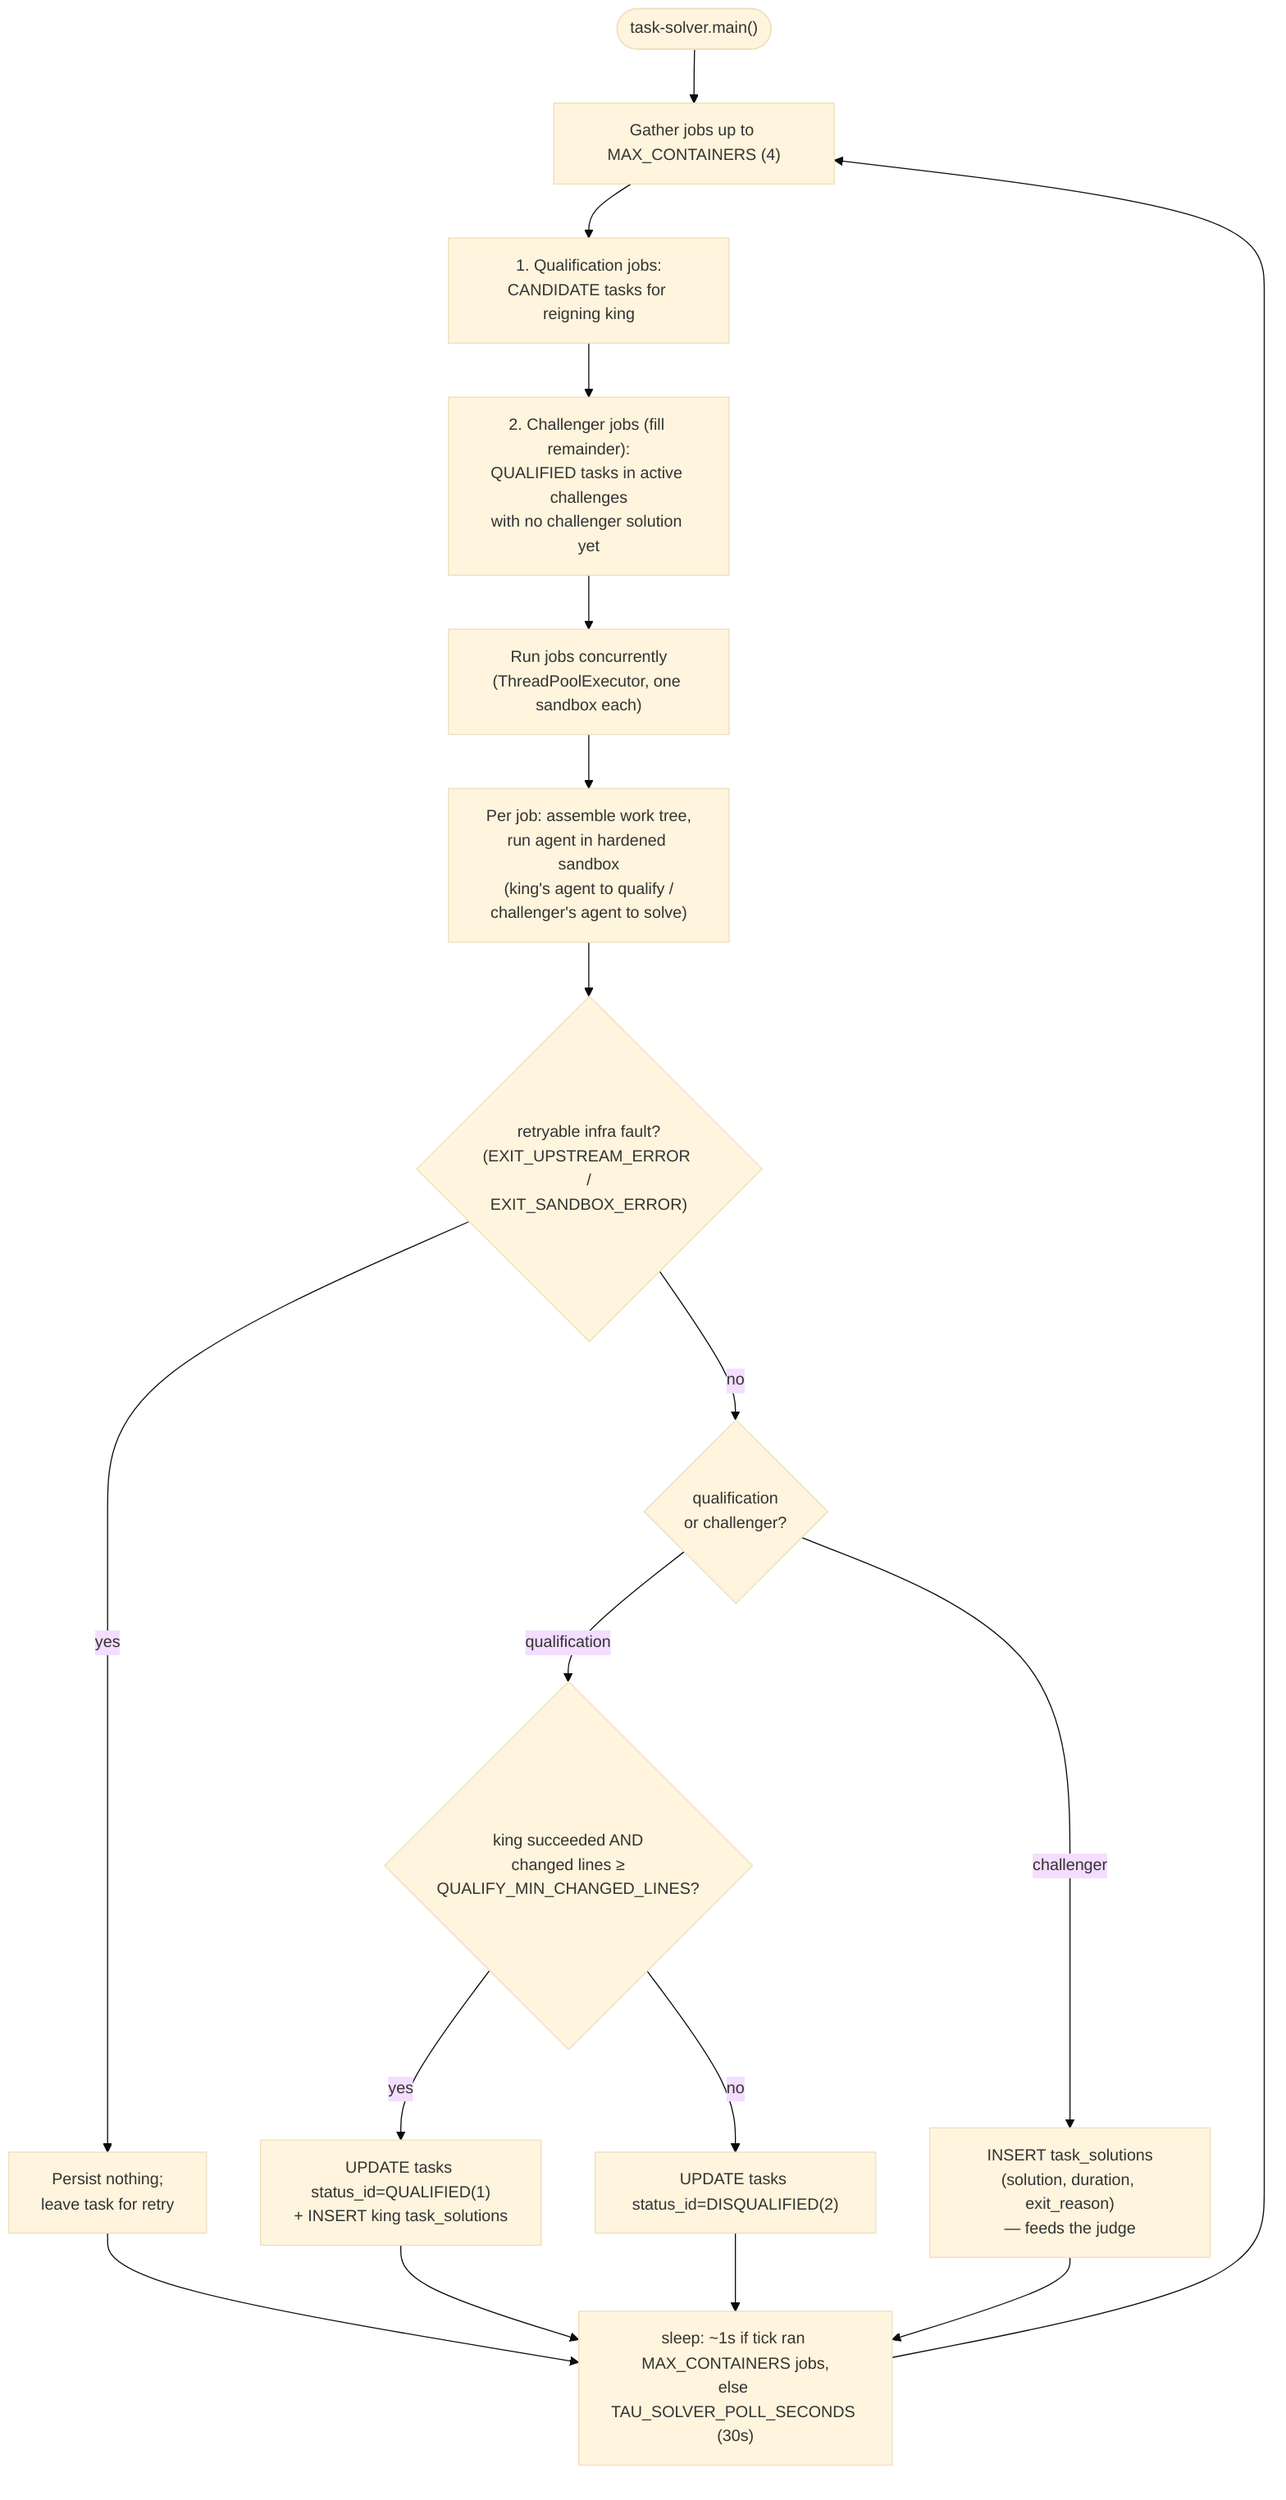
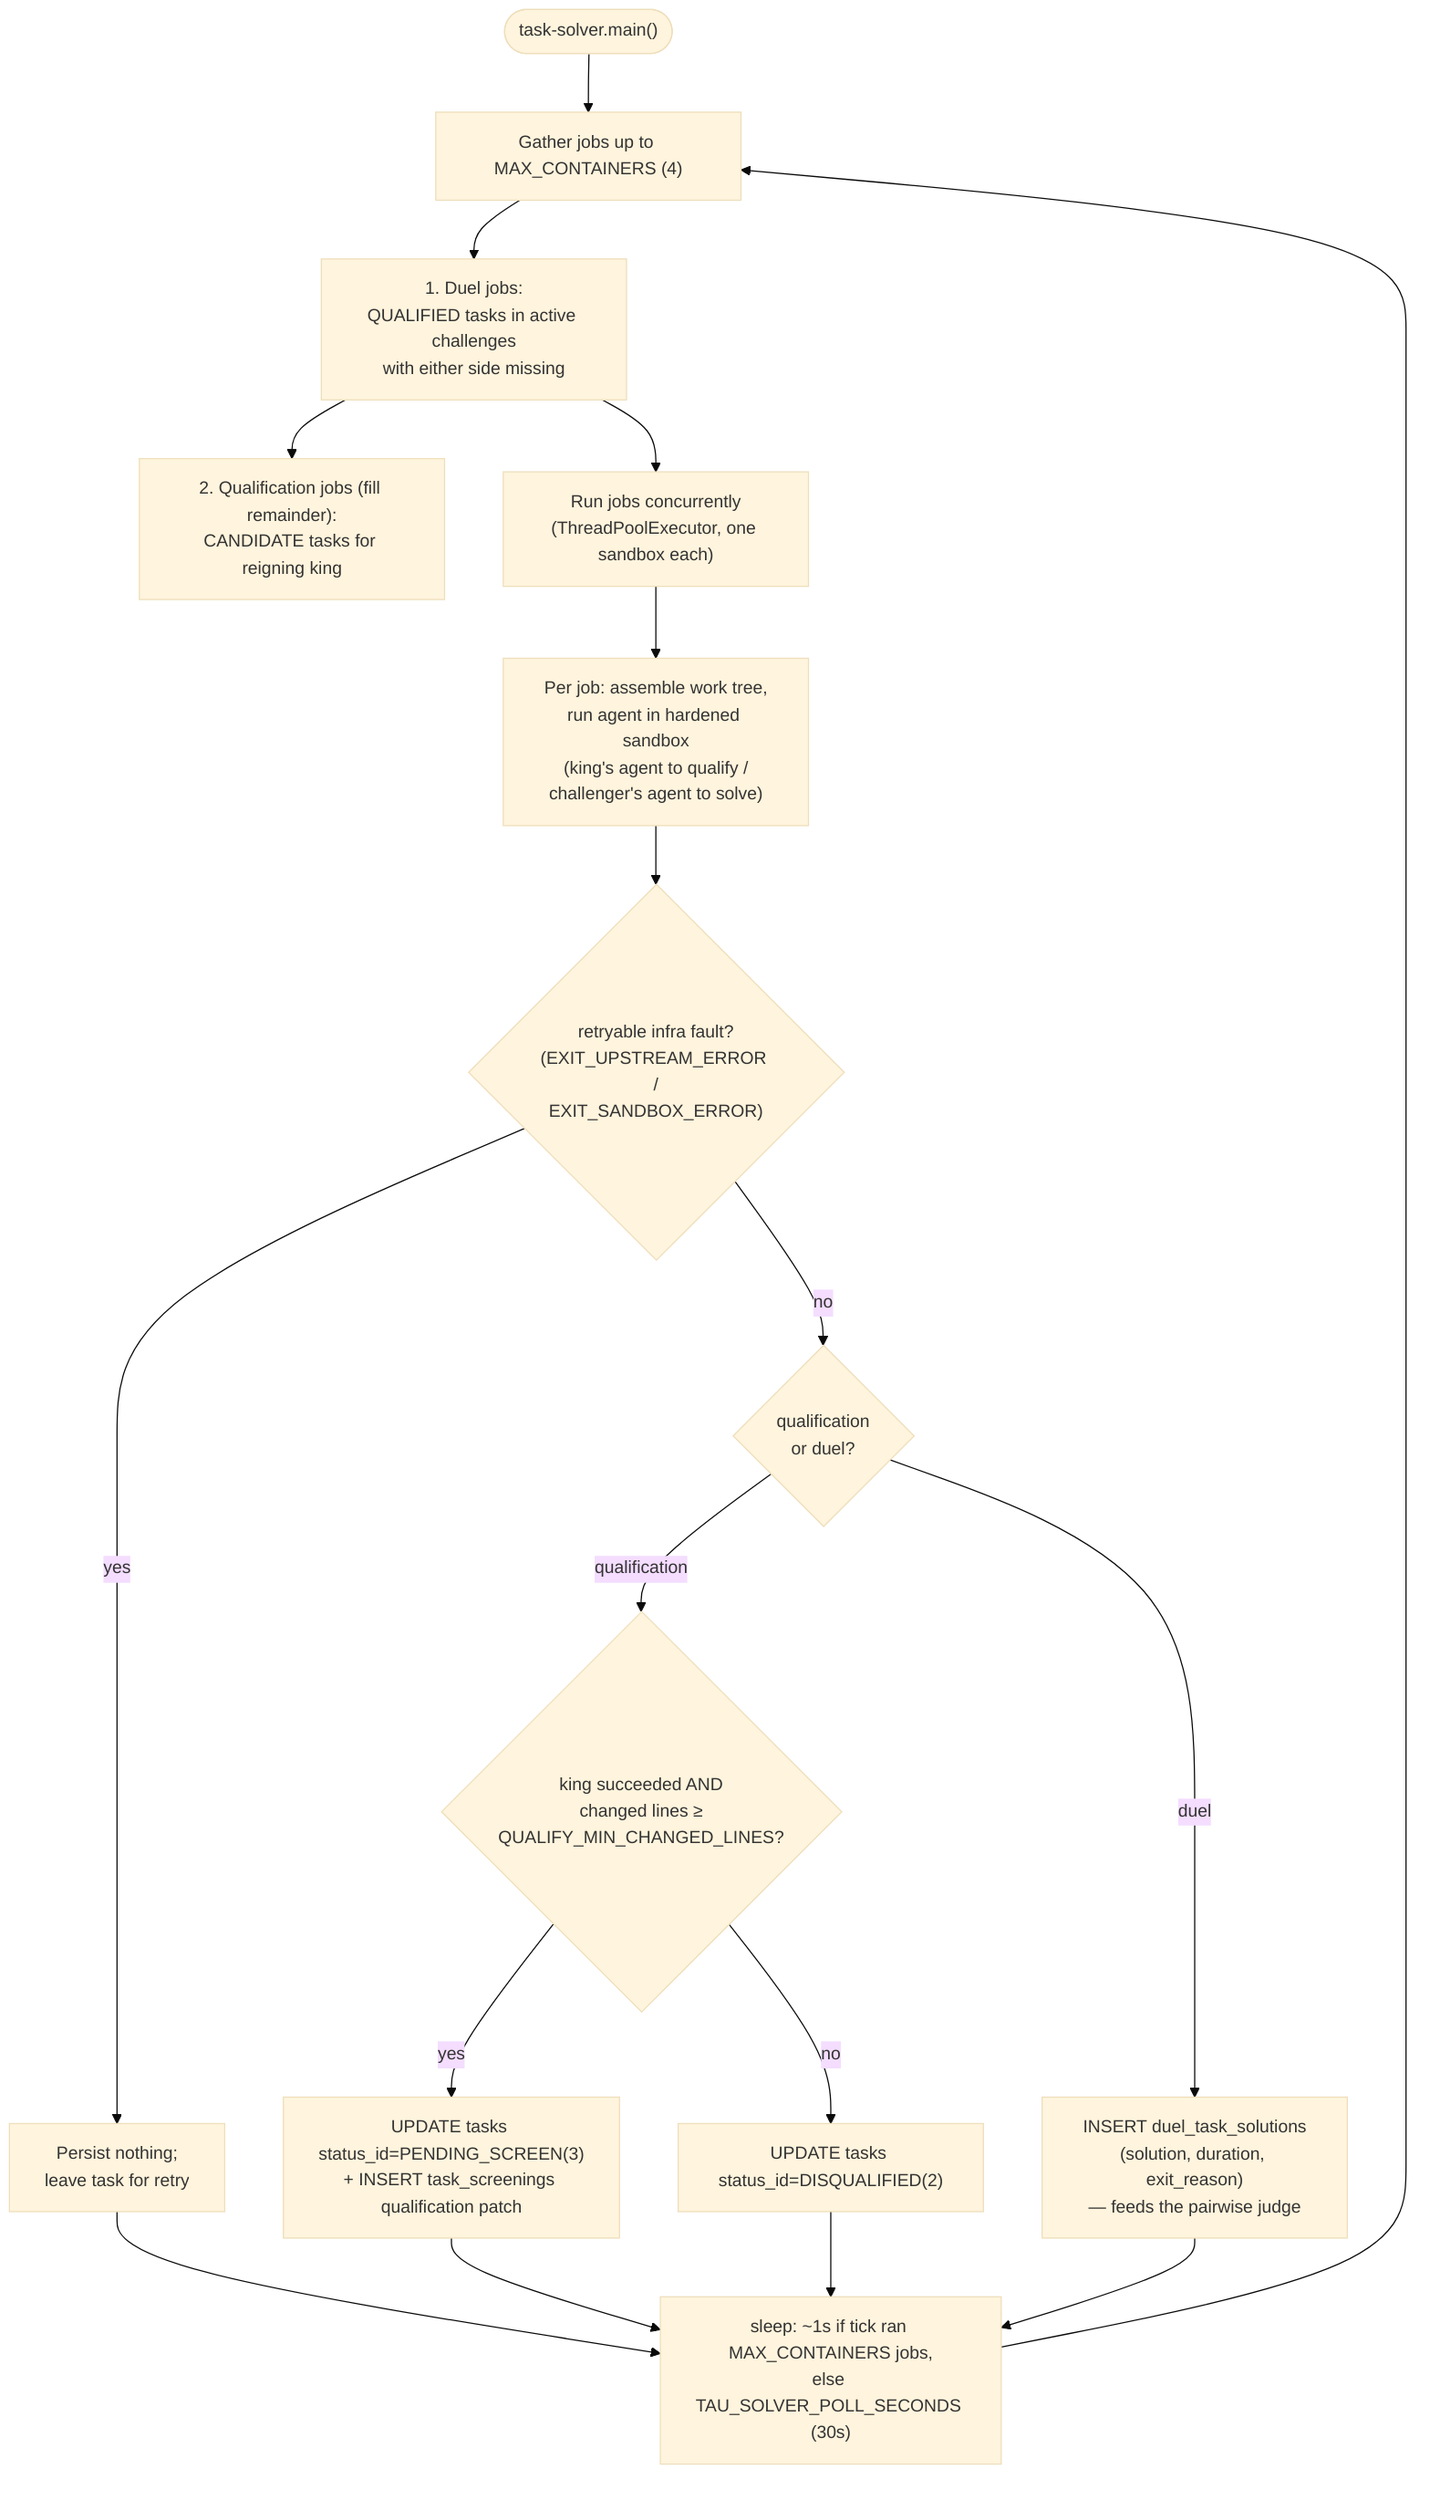
%%{init: {"theme": "base", "themeVariables": {"fontSize": "15px"}}}%%
flowchart TB
    start(["task-solver.main()"]) --> gather["Gather jobs up to MAX_CONTAINERS (4)"]
-     gather --> qjobs["1. Qualification jobs:<br/>CANDIDATE tasks for reigning king"]
-     qjobs --> cjobs["2. Challenger jobs (fill remainder):<br/>QUALIFIED tasks in active challenges<br/>with no challenger solution yet"]
+     gather --> cjobs["1. Duel jobs:<br/>QUALIFIED tasks in active challenges<br/>with either side missing"]
+     cjobs --> qjobs["2. Qualification jobs (fill remainder):<br/>CANDIDATE tasks for reigning king"]
    cjobs --> pool["Run jobs concurrently<br/>(ThreadPoolExecutor, one sandbox each)"]

    pool --> run["Per job: assemble work tree,<br/>run agent in hardened sandbox<br/>(king's agent to qualify /<br/>challenger's agent to solve)"]
    run --> infra{"retryable infra fault?<br/>(EXIT_UPSTREAM_ERROR /<br/>EXIT_SANDBOX_ERROR)"}
    infra -- yes --> leave["Persist nothing;<br/>leave task for retry"]
-     infra -- no --> kind{"qualification<br/>or challenger?"}
+     infra -- no --> kind{"qualification<br/>or duel?"}

    kind -- qualification --> qrule{"king succeeded AND<br/>changed lines ≥<br/>QUALIFY_MIN_CHANGED_LINES?"}
-     qrule -- yes --> qual["UPDATE tasks status_id=QUALIFIED(1)<br/>+ INSERT king task_solutions"]
+     qrule -- yes --> qual["UPDATE tasks status_id=PENDING_SCREEN(3)<br/>+ INSERT task_screenings qualification patch"]
    qrule -- no --> disq["UPDATE tasks status_id=DISQUALIFIED(2)"]

-     kind -- challenger --> csave["INSERT task_solutions<br/>(solution, duration, exit_reason)<br/>— feeds the judge"]
+     kind -- duel --> csave["INSERT duel_task_solutions<br/>(solution, duration, exit_reason)<br/>— feeds the pairwise judge"]

    leave --> sleep["sleep: ~1s if tick ran MAX_CONTAINERS jobs,<br/>else TAU_SOLVER_POLL_SECONDS (30s)"]
    qual --> sleep
    disq --> sleep
    csave --> sleep
    sleep --> gather
